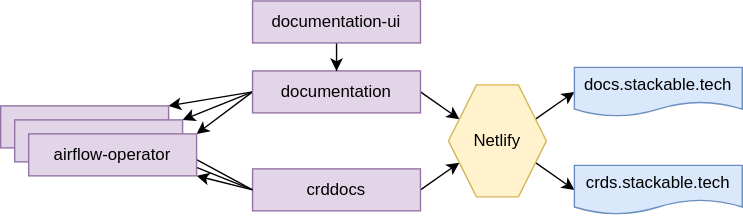
The draw.io diagram modules/contributor/images/project-overview-documentation.drawio.svg in stackabletech/documentation, before a commit. Source tidied: cells renumbered, new cells last; positions are measured from the earlier drawing's top-left corner, leaving out a move shared by most shapes.
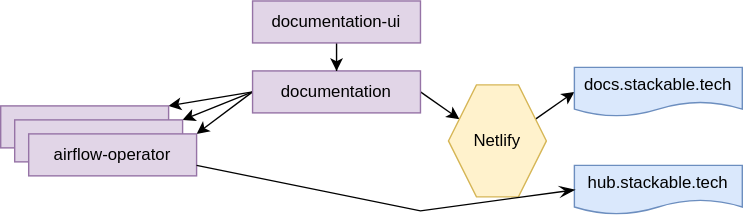
The same file after the commit.

Commit message:
docs: Point CRD reference links at the Stackable Hub (#868)

Diff of the diagram source:
```diff
@@ -23,36 +23,25 @@
     <mxCell id="8" value="documentation-ui" style="rounded=0;whiteSpace=wrap;html=1;fillColor=#e1d5e7;strokeColor=#9673a6;" parent="1" vertex="1">
       <mxGeometry x="180" width="120" height="30" as="geometry" />
     </mxCell>
-    <mxCell id="9" style="rounded=0;jettySize=auto;html=1;exitX=1;exitY=0.5;exitDx=0;exitDy=0;entryX=0;entryY=0.75;entryDx=0;entryDy=0;" parent="1" edge="1" source="12" target="15">
-      <mxGeometry relative="1" as="geometry" />
-    </mxCell>
-    <mxCell id="10" style="rounded=0;jettySize=auto;html=1;exitX=0;exitY=0.5;exitDx=0;exitDy=0;entryX=1;entryY=1;entryDx=0;entryDy=0;" parent="1" edge="1" source="12" target="21">
-      <mxGeometry relative="1" as="geometry" />
-    </mxCell>
-    <mxCell id="11" style="rounded=0;jettySize=auto;html=1;exitX=0;exitY=0.5;exitDx=0;exitDy=0;entryX=1;entryY=1;entryDx=0;entryDy=0;" parent="1" edge="1" source="12" target="20">
-      <mxGeometry relative="1" as="geometry" />
-    </mxCell>
-    <mxCell id="12" value="crddocs" style="rounded=0;whiteSpace=wrap;html=1;fillColor=#e1d5e7;strokeColor=#9673a6;" parent="1" vertex="1">
-      <mxGeometry x="180" y="120" width="120" height="30" as="geometry" />
-    </mxCell>
     <mxCell id="13" style="rounded=0;jettySize=auto;html=1;exitX=1;exitY=0.25;exitDx=0;exitDy=0;entryX=0;entryY=0.5;entryDx=0;entryDy=0;" parent="1" edge="1" source="15" target="16">
       <mxGeometry relative="1" as="geometry" />
     </mxCell>
-    <mxCell id="14" style="rounded=0;jettySize=auto;html=1;exitX=1;exitY=0.75;exitDx=0;exitDy=0;entryX=0;entryY=0.5;entryDx=0;entryDy=0;" parent="1" edge="1" source="15" target="17">
-      <mxGeometry relative="1" as="geometry" />
-    </mxCell>
     <mxCell id="15" value="Netlify" style="shape=hexagon;perimeter=hexagonPerimeter2;whiteSpace=wrap;html=1;fixedSize=1;fillColor=#fff2cc;strokeColor=#d6b656;" parent="1" vertex="1">
       <mxGeometry x="320" y="60" width="70" height="80" as="geometry" />
     </mxCell>
     <mxCell id="16" value="docs.stackable.tech" style="shape=document;whiteSpace=wrap;html=1;boundedLbl=1;fillColor=#dae8fc;strokeColor=#6c8ebf;" parent="1" vertex="1">
       <mxGeometry x="410" y="47.5" width="120" height="35" as="geometry" />
     </mxCell>
-    <mxCell id="17" value="crds.stackable.tech" style="shape=document;whiteSpace=wrap;html=1;boundedLbl=1;fillColor=#dae8fc;strokeColor=#6c8ebf;" parent="1" vertex="1">
+    <mxCell id="17" value="hub.stackable.tech" style="shape=document;whiteSpace=wrap;html=1;boundedLbl=1;fillColor=#dae8fc;strokeColor=#6c8ebf;" parent="1" vertex="1">
       <mxGeometry x="410" y="117.5" width="120" height="35" as="geometry" />
     </mxCell>
-    <mxCell id="18" style="rounded=0;jettySize=auto;html=1;exitX=0;exitY=0.5;exitDx=0;exitDy=0;entryX=0.594;entryY=0.043;entryDx=0;entryDy=0;entryPerimeter=0;" parent="1" edge="1" source="12" target="19">
-      <mxGeometry relative="1" as="geometry" />
-    </mxCell>
+    <mxCell id="22" style="rounded=0;jettySize=auto;html=1;exitX=1;exitY=0.75;exitDx=0;exitDy=0;entryX=0;entryY=0.5;entryDx=0;entryDy=0;" parent="1" edge="1" source="21" target="17">
+      <mxGeometry relative="1" as="geometry">
+        <Array as="points">
+          <mxPoint x="300" y="150" />
+        </Array>
+      </mxGeometry>
+    </mxCell>
     <mxCell id="19" value="airflow-operator" style="rounded=0;whiteSpace=wrap;html=1;fillColor=#e1d5e7;strokeColor=#9673a6;" parent="1" vertex="1">
       <mxGeometry y="75" width="120" height="30" as="geometry" />
     </mxCell>
```
